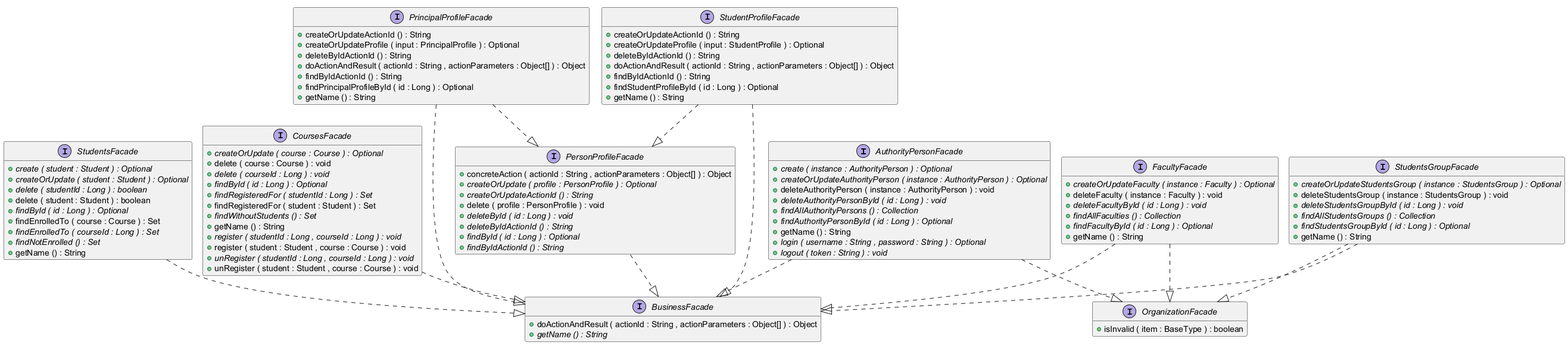
Before: micro-core/documentation/html/images/BusinessLogicFacades.puml.png.png, a diagram exported from PlantUML (OlegSopilnyak/school-demo).
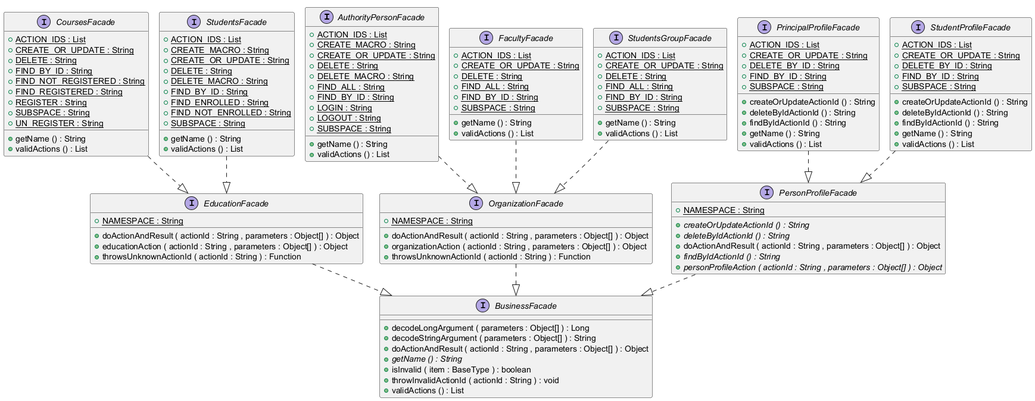
After the commit.

Diff of the diagram source:
```diff
@@ -2,136 +2,152 @@
 !pragma layout smetana
 
 interface AuthorityPersonFacade {
-	{method}  {abstract} +create ( instance : AuthorityPerson ) : Optional
-	{method}  {abstract} +createOrUpdateAuthorityPerson ( instance : AuthorityPerson ) : Optional
-	{method} +deleteAuthorityPerson ( instance : AuthorityPerson ) : void
-	{method}  {abstract} +deleteAuthorityPersonById ( id : Long ) : void
-	{method}  {abstract} +findAllAuthorityPersons () : Collection
-	{method}  {abstract} +findAuthorityPersonById ( id : Long ) : Optional
+	{field} {static} +ACTION_IDS : List
+	{field} {static} +CREATE_MACRO : String
+	{field} {static} +CREATE_OR_UPDATE : String
+	{field} {static} +DELETE : String
+	{field} {static} +DELETE_MACRO : String
+	{field} {static} +FIND_ALL : String
+	{field} {static} +FIND_BY_ID : String
+	{field} {static} +LOGIN : String
+	{field} {static} +LOGOUT : String
+	{field} {static} +SUBSPACE : String
 	{method} +getName () : String
-	{method}  {abstract} +login ( username : String , password : String ) : Optional
-	{method}  {abstract} +logout ( token : String ) : void
+	{method} +validActions () : List
 }
 
 
 interface BusinessFacade {
-	{method} +doActionAndResult ( actionId : String , actionParameters : Object[] ) : Object
+	{method} +decodeLongArgument ( parameters : Object[] ) : Long
+	{method} +decodeStringArgument ( parameters : Object[] ) : String
+	{method} +doActionAndResult ( actionId : String , parameters : Object[] ) : Object
 	{method}  {abstract} +getName () : String
+	{method} +isInvalid ( item : BaseType ) : boolean
+	{method} +throwInvalidActionId ( actionId : String ) : void
+	{method} +validActions () : List
 }
 
 
 interface CoursesFacade {
-	{method}  {abstract} +createOrUpdate ( course : Course ) : Optional
-	{method} +delete ( course : Course ) : void
-	{method}  {abstract} +delete ( courseId : Long ) : void
-	{method}  {abstract} +findById ( id : Long ) : Optional
-	{method}  {abstract} +findRegisteredFor ( studentId : Long ) : Set
-	{method} +findRegisteredFor ( student : Student ) : Set
-	{method}  {abstract} +findWithoutStudents () : Set
+	{field} {static} +ACTION_IDS : List
+	{field} {static} +CREATE_OR_UPDATE : String
+	{field} {static} +DELETE : String
+	{field} {static} +FIND_BY_ID : String
+	{field} {static} +FIND_NOT_REGISTERED : String
+	{field} {static} +FIND_REGISTERED : String
+	{field} {static} +REGISTER : String
+	{field} {static} +SUBSPACE : String
+	{field} {static} +UN_REGISTER : String
 	{method} +getName () : String
-	{method}  {abstract} +register ( studentId : Long , courseId : Long ) : void
-	{method} +register ( student : Student , course : Course ) : void
-	{method}  {abstract} +unRegister ( studentId : Long , courseId : Long ) : void
-	{method} +unRegister ( student : Student , course : Course ) : void
+	{method} +validActions () : List
+}
+
+
+interface EducationFacade {
+	{field} {static} +NAMESPACE : String
+	{method} +doActionAndResult ( actionId : String , parameters : Object[] ) : Object
+	{method} +educationAction ( actionId : String , parameters : Object[] ) : Object
+	{method} +throwsUnknownActionId ( actionId : String ) : Function
 }
 
 
 interface FacultyFacade {
-	{method}  {abstract} +createOrUpdateFaculty ( instance : Faculty ) : Optional
-	{method} +deleteFaculty ( instance : Faculty ) : void
-	{method}  {abstract} +deleteFacultyById ( id : Long ) : void
-	{method}  {abstract} +findAllFaculties () : Collection
-	{method}  {abstract} +findFacultyById ( id : Long ) : Optional
+	{field} {static} +ACTION_IDS : List
+	{field} {static} +CREATE_OR_UPDATE : String
+	{field} {static} +DELETE : String
+	{field} {static} +FIND_ALL : String
+	{field} {static} +FIND_BY_ID : String
+	{field} {static} +SUBSPACE : String
 	{method} +getName () : String
+	{method} +validActions () : List
 }
 
 
 interface OrganizationFacade {
-	{method} +isInvalid ( item : BaseType ) : boolean
+	{field} {static} +NAMESPACE : String
+	{method} +doActionAndResult ( actionId : String , parameters : Object[] ) : Object
+	{method} +organizationAction ( actionId : String , parameters : Object[] ) : Object
+	{method} +throwsUnknownActionId ( actionId : String ) : Function
 }
 
 
 interface PersonProfileFacade {
-	{method} +concreteAction ( actionId : String , actionParameters : Object[] ) : Object
-	{method}  {abstract} +createOrUpdate ( profile : PersonProfile ) : Optional
+	{field} {static} +NAMESPACE : String
 	{method}  {abstract} +createOrUpdateActionId () : String
-	{method} +delete ( profile : PersonProfile ) : void
-	{method}  {abstract} +deleteById ( id : Long ) : void
 	{method}  {abstract} +deleteByIdActionId () : String
-	{method}  {abstract} +findById ( id : Long ) : Optional
+	{method} +doActionAndResult ( actionId : String , parameters : Object[] ) : Object
 	{method}  {abstract} +findByIdActionId () : String
+	{method}  {abstract} +personProfileAction ( actionId : String , parameters : Object[] ) : Object
 }
 
 
 interface PrincipalProfileFacade {
+	{field} {static} +ACTION_IDS : List
 	{field} {static} +CREATE_OR_UPDATE : String
 	{field} {static} +DELETE_BY_ID : String
 	{field} {static} +FIND_BY_ID : String
-	{field} {static} +PREFIX : String
+	{field} {static} +SUBSPACE : String
 	{method} +createOrUpdateActionId () : String
-	{method} +createOrUpdateProfile ( input : PrincipalProfile ) : Optional
 	{method} +deleteByIdActionId () : String
-	{method} +doActionAndResult ( actionId : String , actionParameters : Object[] ) : Object
 	{method} +findByIdActionId () : String
-	{method} +findPrincipalProfileById ( id : Long ) : Optional
 	{method} +getName () : String
+	{method} +validActions () : List
 }
 
 
 interface StudentProfileFacade {
+	{field} {static} +ACTION_IDS : List
 	{field} {static} +CREATE_OR_UPDATE : String
 	{field} {static} +DELETE_BY_ID : String
 	{field} {static} +FIND_BY_ID : String
-	{field} {static} +PREFIX : String
+	{field} {static} +SUBSPACE : String
 	{method} +createOrUpdateActionId () : String
-	{method} +createOrUpdateProfile ( input : StudentProfile ) : Optional
 	{method} +deleteByIdActionId () : String
-	{method} +doActionAndResult ( actionId : String , actionParameters : Object[] ) : Object
 	{method} +findByIdActionId () : String
-	{method} +findStudentProfileById ( id : Long ) : Optional
 	{method} +getName () : String
+	{method} +validActions () : List
 }
 
 
 interface StudentsFacade {
-	{method}  {abstract} +create ( student : Student ) : Optional
-	{method}  {abstract} +createOrUpdate ( student : Student ) : Optional
-	{method}  {abstract} +delete ( studentId : Long ) : boolean
-	{method} +delete ( student : Student ) : boolean
-	{method}  {abstract} +findById ( id : Long ) : Optional
-	{method} +findEnrolledTo ( course : Course ) : Set
-	{method}  {abstract} +findEnrolledTo ( courseId : Long ) : Set
-	{method}  {abstract} +findNotEnrolled () : Set
+	{field} {static} +ACTION_IDS : List
+	{field} {static} +CREATE_MACRO : String
+	{field} {static} +CREATE_OR_UPDATE : String
+	{field} {static} +DELETE : String
+	{field} {static} +DELETE_MACRO : String
+	{field} {static} +FIND_BY_ID : String
+	{field} {static} +FIND_ENROLLED : String
+	{field} {static} +FIND_NOT_ENROLLED : String
+	{field} {static} +SUBSPACE : String
 	{method} +getName () : String
+	{method} +validActions () : List
 }
 
 
 interface StudentsGroupFacade {
-	{method}  {abstract} +createOrUpdateStudentsGroup ( instance : StudentsGroup ) : Optional
-	{method} +deleteStudentsGroup ( instance : StudentsGroup ) : void
-	{method}  {abstract} +deleteStudentsGroupById ( id : Long ) : void
-	{method}  {abstract} +findAllStudentsGroups () : Collection
-	{method}  {abstract} +findStudentsGroupById ( id : Long ) : Optional
+	{field} {static} +ACTION_IDS : List
+	{field} {static} +CREATE_OR_UPDATE : String
+	{field} {static} +DELETE : String
+	{field} {static} +FIND_ALL : String
+	{field} {static} +FIND_BY_ID : String
+	{field} {static} +SUBSPACE : String
 	{method} +getName () : String
+	{method} +validActions () : List
 }
 
 
 
 
-AuthorityPersonFacade ..|>  BusinessFacade
 AuthorityPersonFacade ..|>  OrganizationFacade
-CoursesFacade ..|>  BusinessFacade
-FacultyFacade ..|>  BusinessFacade
+CoursesFacade ..|>  EducationFacade
+EducationFacade ..|>  BusinessFacade
 FacultyFacade ..|>  OrganizationFacade
+OrganizationFacade ..|>  BusinessFacade
 PersonProfileFacade ..|>  BusinessFacade
-PrincipalProfileFacade ..|>  BusinessFacade
 PrincipalProfileFacade ..|>  PersonProfileFacade
-StudentProfileFacade ..|>  BusinessFacade
 StudentProfileFacade ..|>  PersonProfileFacade
-StudentsFacade ..|>  BusinessFacade
-StudentsGroupFacade ..|>  BusinessFacade
+StudentsFacade ..|>  EducationFacade
 StudentsGroupFacade ..|>  OrganizationFacade
 
-hide fields
 
 @enduml
```
